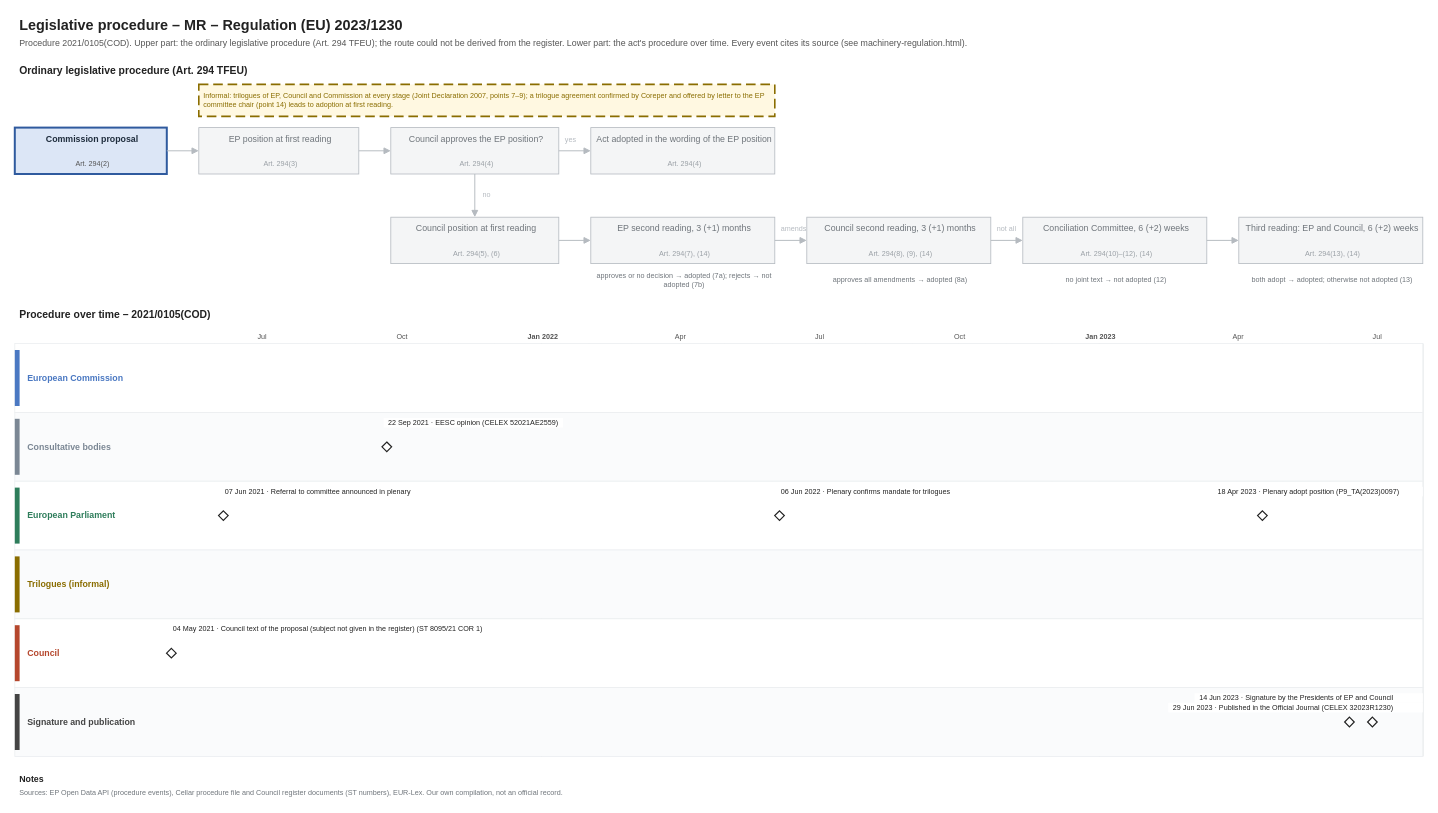
This is procedures/machinery-regulation.drawio from git-z0man/eu-regulation-timeline, a draw.io file, before an edit. Source tidied: cells renumbered, new cells numbered last; positions are measured from the earlier drawing's top-left corner, leaving out a move shared by most shapes. Both pictures are drawn from the tidied source at 80%, with x=0, y=0 at pixel (14, 14).
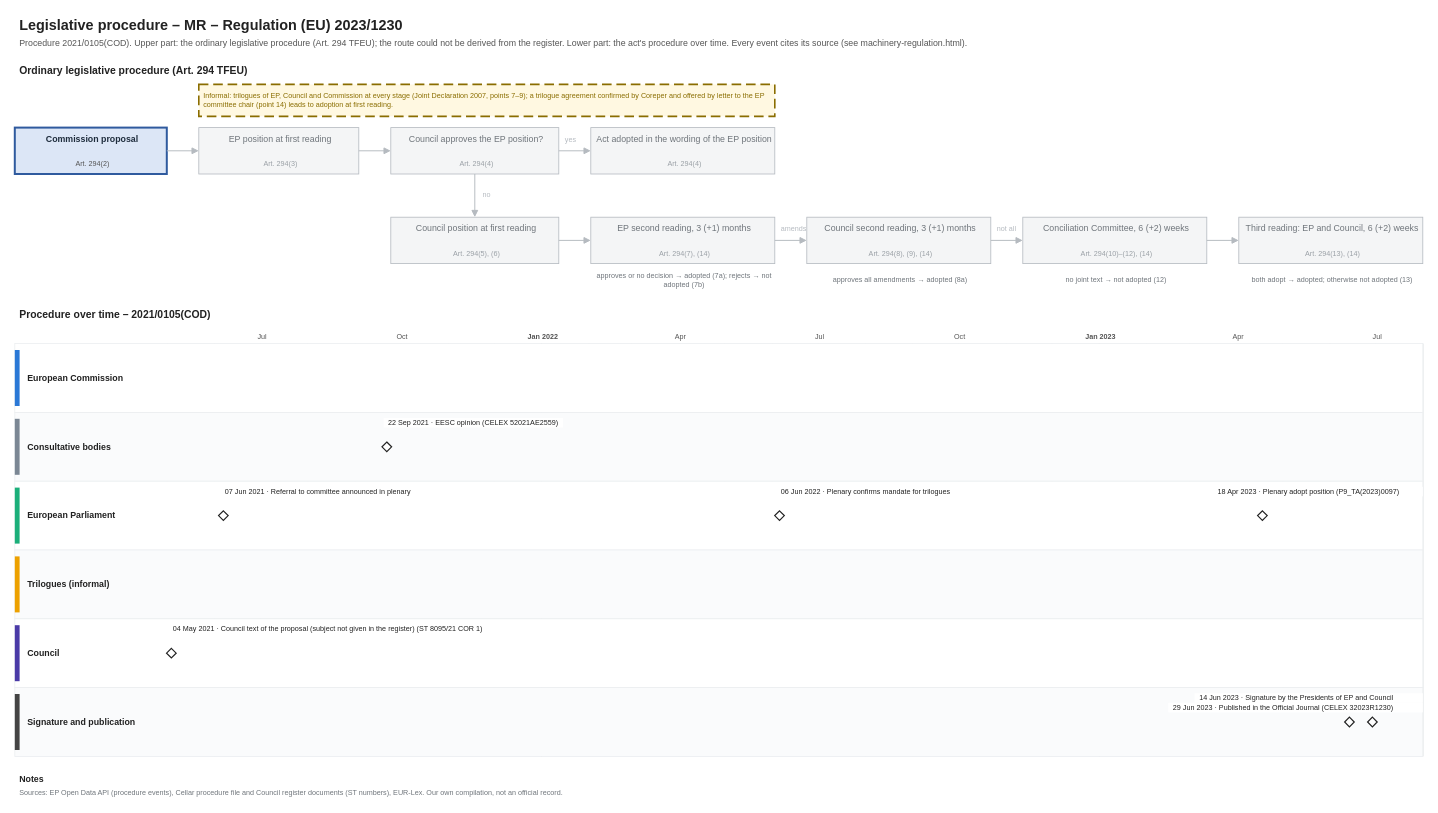
After the change.

Change to the diagram source:
```diff
@@
-    <mxCell id="89" style="rounded=0;arcSize=50;fillColor=#4a78c2;strokeColor=none;" parent="1" vertex="1">
+    <mxCell id="89" style="rounded=0;arcSize=50;fillColor=#2a78d6;strokeColor=none;" parent="1" vertex="1">
       <mxGeometry y="420" width="6" height="70" as="geometry" />
     </mxCell>
-    <mxCell id="90" value="European Commission" style="text;html=1;fontSize=11;fontColor=#4a78c2;align=left;verticalAlign=middle;spacingLeft=4;fontStyle=1;whiteSpace=wrap;" parent="1" vertex="1">
+    <mxCell id="90" value="European Commission" style="text;html=1;fontSize=11;fontColor=#222222;align=left;verticalAlign=middle;spacingLeft=4;fontStyle=1;whiteSpace=wrap;" parent="1" vertex="1">
       <mxGeometry x="10" y="412" width="174" height="86" as="geometry" />
     </mxCell>
@@
-    <mxCell id="93" value="Consultative bodies" style="text;html=1;fontSize=11;fontColor=#7b8794;align=left;verticalAlign=middle;spacingLeft=4;fontStyle=1;whiteSpace=wrap;" parent="1" vertex="1">
+    <mxCell id="93" value="Consultative bodies" style="text;html=1;fontSize=11;fontColor=#222222;align=left;verticalAlign=middle;spacingLeft=4;fontStyle=1;whiteSpace=wrap;" parent="1" vertex="1">
       <mxGeometry x="10" y="498" width="174" height="86" as="geometry" />
     </mxCell>
@@
-    <mxCell id="95" style="rounded=0;arcSize=50;fillColor=#2e7d5b;strokeColor=none;" parent="1" vertex="1">
+    <mxCell id="95" style="rounded=0;arcSize=50;fillColor=#1baf7a;strokeColor=none;" parent="1" vertex="1">
       <mxGeometry y="592" width="6" height="70" as="geometry" />
     </mxCell>
-    <mxCell id="96" value="European Parliament" style="text;html=1;fontSize=11;fontColor=#2e7d5b;align=left;verticalAlign=middle;spacingLeft=4;fontStyle=1;whiteSpace=wrap;" parent="1" vertex="1">
+    <mxCell id="96" value="European Parliament" style="text;html=1;fontSize=11;fontColor=#222222;align=left;verticalAlign=middle;spacingLeft=4;fontStyle=1;whiteSpace=wrap;" parent="1" vertex="1">
       <mxGeometry x="10" y="584" width="174" height="86" as="geometry" />
     </mxCell>
@@
-    <mxCell id="98" style="rounded=0;arcSize=50;fillColor=#8a6d00;strokeColor=none;" parent="1" vertex="1">
+    <mxCell id="98" style="rounded=0;arcSize=50;fillColor=#eda100;strokeColor=none;" parent="1" vertex="1">
       <mxGeometry y="678" width="6" height="70" as="geometry" />
     </mxCell>
-    <mxCell id="99" value="Trilogues (informal)" style="text;html=1;fontSize=11;fontColor=#8a6d00;align=left;verticalAlign=middle;spacingLeft=4;fontStyle=1;whiteSpace=wrap;" parent="1" vertex="1">
+    <mxCell id="99" value="Trilogues (informal)" style="text;html=1;fontSize=11;fontColor=#222222;align=left;verticalAlign=middle;spacingLeft=4;fontStyle=1;whiteSpace=wrap;" parent="1" vertex="1">
       <mxGeometry x="10" y="670" width="174" height="86" as="geometry" />
     </mxCell>
@@
-    <mxCell id="101" style="rounded=0;arcSize=50;fillColor=#b5472d;strokeColor=none;" parent="1" vertex="1">
+    <mxCell id="101" style="rounded=0;arcSize=50;fillColor=#4a3aa7;strokeColor=none;" parent="1" vertex="1">
       <mxGeometry y="764" width="6" height="70" as="geometry" />
     </mxCell>
-    <mxCell id="102" value="Council" style="text;html=1;fontSize=11;fontColor=#b5472d;align=left;verticalAlign=middle;spacingLeft=4;fontStyle=1;whiteSpace=wrap;" parent="1" vertex="1">
+    <mxCell id="102" value="Council" style="text;html=1;fontSize=11;fontColor=#222222;align=left;verticalAlign=middle;spacingLeft=4;fontStyle=1;whiteSpace=wrap;" parent="1" vertex="1">
       <mxGeometry x="10" y="756" width="174" height="86" as="geometry" />
     </mxCell>
@@
-    <mxCell id="105" value="Signature and publication" style="text;html=1;fontSize=11;fontColor=#444444;align=left;verticalAlign=middle;spacingLeft=4;fontStyle=1;whiteSpace=wrap;" parent="1" vertex="1">
+    <mxCell id="105" value="Signature and publication" style="text;html=1;fontSize=11;fontColor=#222222;align=left;verticalAlign=middle;spacingLeft=4;fontStyle=1;whiteSpace=wrap;" parent="1" vertex="1">
       <mxGeometry x="10" y="842" width="174" height="86" as="geometry" />
     </mxCell>
```
